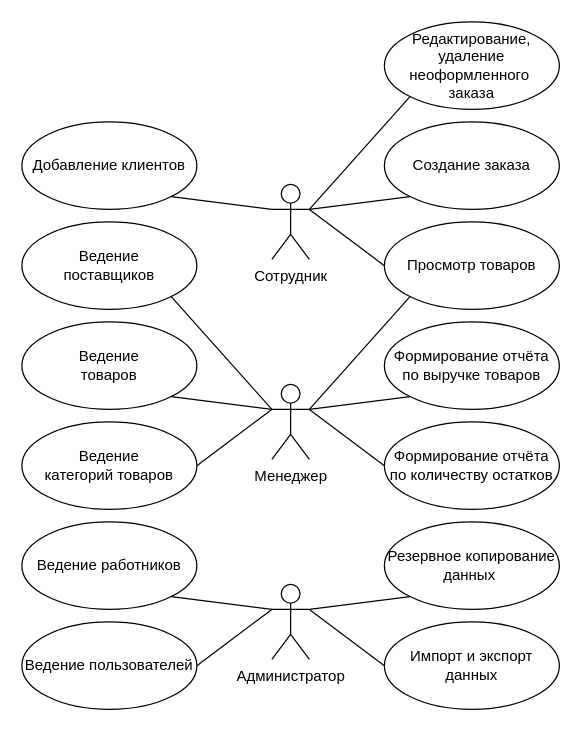
surge111/Diplom keeps this draw.io diagram as page "варианты использования" (3 of 3) of meta/diags.drawio. Above is the earlier version. Source tidied: cells renumbered, new cells numbered last; positions are measured from the earlier drawing's top-left corner, leaving out a move shared by most shapes. Both pictures are drawn from the tidied source at 125%, with x=0, y=0 at pixel (21, 21).
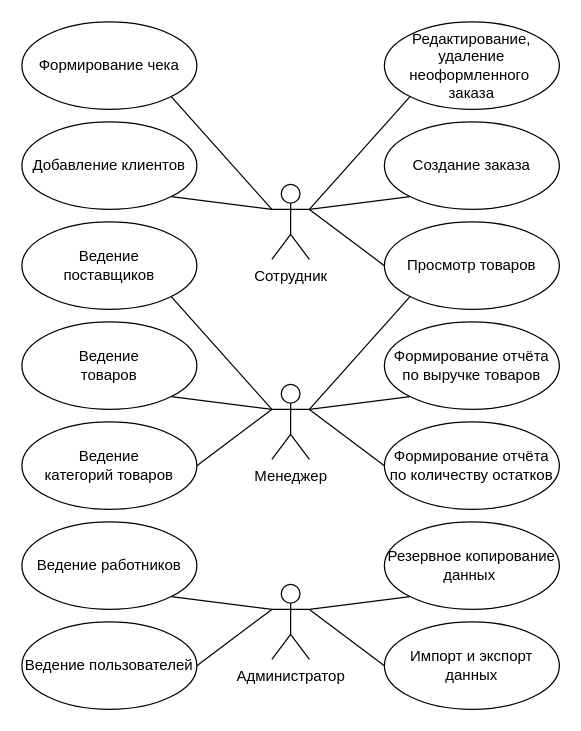
After the change.

Unchanged cells that the change refers to:
```xml
<mxCell id="2" value="Сотрудник" style="shape=umlActor;verticalLabelPosition=bottom;verticalAlign=top;html=1;outlineConnect=0;" parent="1" vertex="1">
  <mxGeometry x="200" y="130" width="30" height="60" as="geometry" />
</mxCell>
```

Change to the diagram source:
```diff
@@
+    <mxCell id="32" value="Формирование чека" style="ellipse;whiteSpace=wrap;html=1;" parent="1" vertex="1">
+      <mxGeometry width="140" height="70" as="geometry" />
+    </mxCell>
+    <mxCell id="33" style="edgeStyle=none;html=1;endArrow=none;verticalAlign=bottom;rounded=0;entryX=1;entryY=1;entryDx=0;entryDy=0;exitX=0;exitY=0.3333333333333333;exitDx=0;exitDy=0;exitPerimeter=0;" parent="1" edge="1" source="2" target="32">
+      <mxGeometry relative="1" as="geometry" />
+    </mxCell>
```
